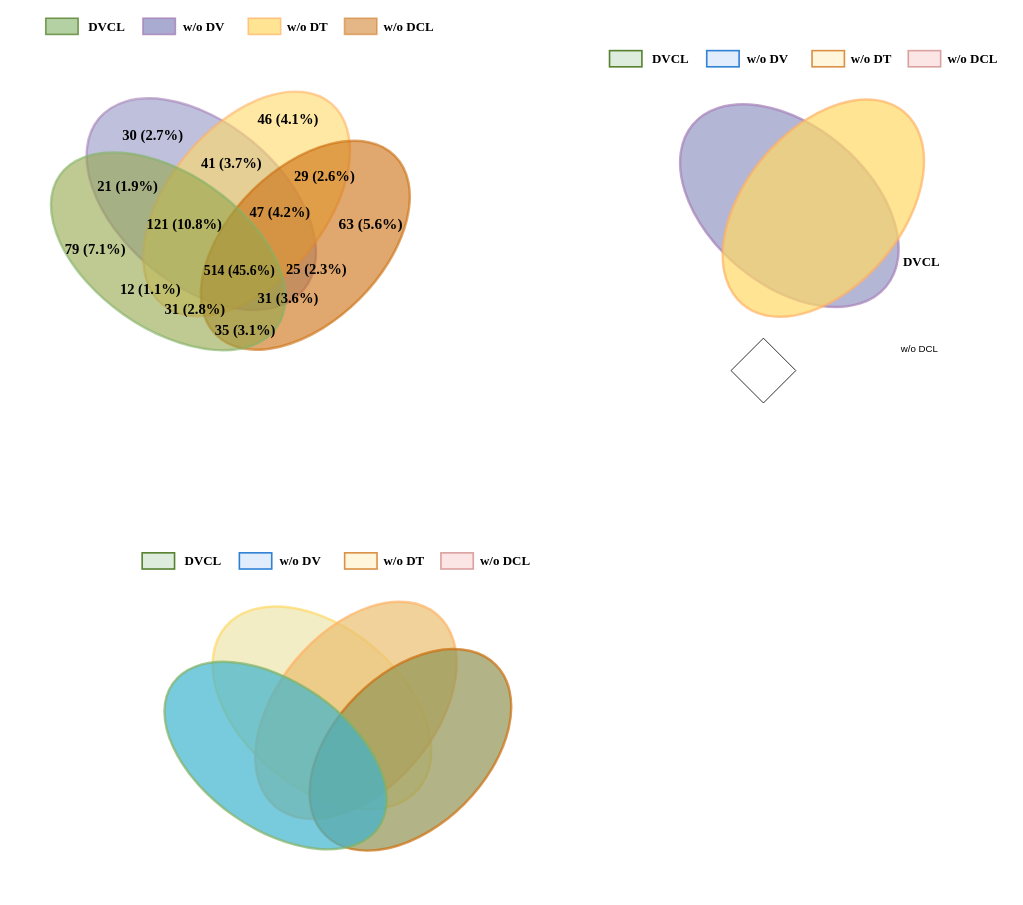
Above: 温特.drawio in yjq12/DeepKE (draw.io), before the change. Source tidied: cells renumbered, new cells numbered last; positions are measured from the earlier drawing's top-left corner, leaving out a move shared by most shapes. Both pictures are drawn from the tidied source at 81%, with x=0, y=0 at pixel (36, 14).
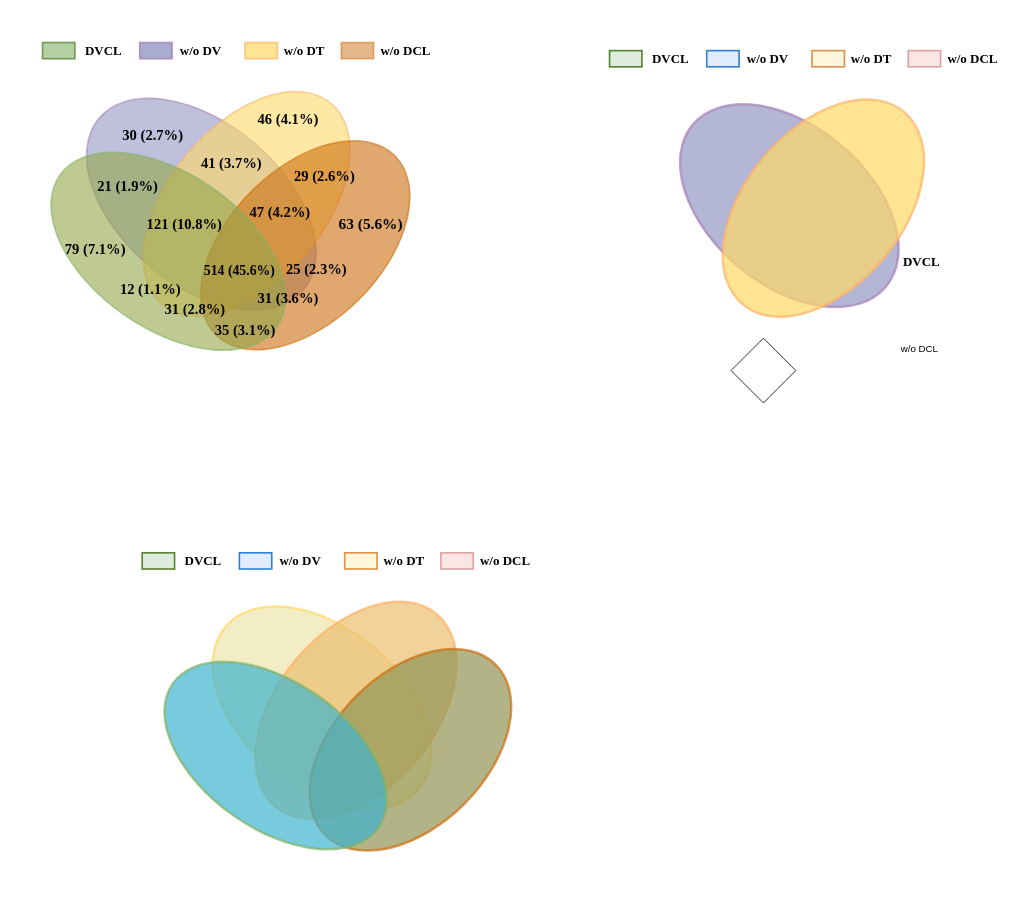
Above is the later version.

The edit, as a diff of the source:
```diff
@@
-    <mxCell id="2" style="ellipse;whiteSpace=wrap;html=1;rotation=40;fillColor=#9497C5;strokeColor=#A680B8;opacity=60;strokeWidth=3;" parent="1" vertex="1">
+    <mxCell id="2" style="ellipse;whiteSpace=wrap;html=1;rotation=40;fillColor=#9497C5;strokeColor=#A680B8;opacity=60;strokeWidth=2;" parent="1" vertex="1">
       <mxGeometry x="39.3" y="134.7" width="329.4" height="199.6" as="geometry" />
     </mxCell>
-    <mxCell id="3" style="ellipse;whiteSpace=wrap;html=1;rotation=-230;fillColor=#FFD966;strokeColor=#FFB366;opacity=60;strokeWidth=3;" parent="1" vertex="1">
+    <mxCell id="3" style="ellipse;whiteSpace=wrap;html=1;rotation=-230;fillColor=#FFD966;strokeColor=#FFB366;opacity=60;strokeWidth=2;" parent="1" vertex="1">
       <mxGeometry x="98" y="138.2" width="324" height="192.1" as="geometry" />
     </mxCell>
-    <mxCell id="4" style="ellipse;whiteSpace=wrap;html=1;rotation=-225;opacity=60;fillColor=#CC6E0E;strokeColor=#CC6E0E;strokeWidth=3;" parent="1" vertex="1">
+    <mxCell id="4" style="ellipse;whiteSpace=wrap;html=1;rotation=-225;opacity=60;fillColor=#CC6E0E;strokeColor=#CC6E0E;strokeWidth=2;" parent="1" vertex="1">
       <mxGeometry x="176.2" y="191.1" width="312.5" height="188.4" as="geometry" />
     </mxCell>
@@
-    <mxCell id="29" style="ellipse;whiteSpace=wrap;html=1;rotation=35;fillColor=#95A54A;strokeColor=#82b366;opacity=60;strokeWidth=3;" parent="1" vertex="1">
+    <mxCell id="29" style="ellipse;whiteSpace=wrap;html=1;rotation=35;fillColor=#95A54A;strokeColor=#82B366;opacity=60;strokeWidth=2;" parent="1" vertex="1">
       <mxGeometry x="-0.4" y="197.3" width="327.1" height="191" as="geometry" />
     </mxCell>
@@
-    <mxCell id="47" style="rounded=0;whiteSpace=wrap;html=1;fillColor=#82B366;strokeColor=#336600;opacity=60;strokeWidth=2;" parent="1" vertex="1">
-      <mxGeometry x="12" y="5" width="40" height="20" as="geometry" />
-    </mxCell>
+    <mxCell id="55" style="rounded=0;whiteSpace=wrap;html=1;fillColor=#82B366;strokeColor=#336600;opacity=60;strokeWidth=2;" parent="1" vertex="1">
+      <mxGeometry x="8" y="35" width="40" height="20" as="geometry" />
+    </mxCell>
     <mxCell id="48" value="&lt;font style=&quot;font-size: 16px;&quot; face=&quot;Times New Roman&quot;&gt;&lt;b&gt;DVCL&lt;/b&gt;&lt;/font&gt;" style="text;html=1;align=center;verticalAlign=middle;strokeColor=none;fillColor=none;" parent="1" vertex="1">
-      <mxGeometry x="52" width="70" height="30" as="geometry" />
+      <mxGeometry x="48" y="30" width="70" height="30" as="geometry" />
     </mxCell>
-    <mxCell id="49" style="rounded=0;whiteSpace=wrap;html=1;fillColor=#9497C5;strokeColor=#A680B8;opacity=80;strokeWidth=2;" parent="1" vertex="1">
-      <mxGeometry x="132" y="5" width="40" height="20" as="geometry" />
-    </mxCell>
+    <mxCell id="56" style="rounded=0;whiteSpace=wrap;html=1;fillColor=#9497C5;strokeColor=#A680B8;opacity=80;strokeWidth=2;" parent="1" vertex="1">
+      <mxGeometry x="128" y="35" width="40" height="20" as="geometry" />
+    </mxCell>
     <mxCell id="50" value="&lt;font face=&quot;Times New Roman&quot;&gt;&lt;span style=&quot;font-size: 16px;&quot;&gt;&lt;b&gt;w/o DV&lt;/b&gt;&lt;/span&gt;&lt;/font&gt;" style="text;html=1;align=center;verticalAlign=middle;strokeColor=none;fillColor=none;" parent="1" vertex="1">
-      <mxGeometry x="172" width="70" height="30" as="geometry" />
+      <mxGeometry x="168" y="30" width="70" height="30" as="geometry" />
     </mxCell>
-    <mxCell id="51" style="rounded=0;whiteSpace=wrap;html=1;fillColor=#FFD966;strokeColor=#FFB366;opacity=70;strokeWidth=2;" parent="1" vertex="1">
-      <mxGeometry x="262" y="5" width="40" height="20" as="geometry" />
-    </mxCell>
+    <mxCell id="57" style="rounded=0;whiteSpace=wrap;html=1;fillColor=#FFD966;strokeColor=#FFB366;opacity=70;strokeWidth=2;" parent="1" vertex="1">
+      <mxGeometry x="258" y="35" width="40" height="20" as="geometry" />
+    </mxCell>
     <mxCell id="52" value="&lt;font face=&quot;Times New Roman&quot;&gt;&lt;span style=&quot;font-size: 16px;&quot;&gt;&lt;b&gt;w/o DT&lt;/b&gt;&lt;/span&gt;&lt;/font&gt;" style="text;html=1;align=center;verticalAlign=middle;strokeColor=none;fillColor=none;" parent="1" vertex="1">
-      <mxGeometry x="300" width="70" height="30" as="geometry" />
+      <mxGeometry x="296" y="30" width="70" height="30" as="geometry" />
     </mxCell>
-    <mxCell id="53" style="rounded=0;whiteSpace=wrap;html=1;fillColor=#CC6E0E;strokeColor=#CC6E0E;opacity=50;strokeWidth=2;" parent="1" vertex="1">
-      <mxGeometry x="380.8" y="5" width="40" height="20" as="geometry" />
-    </mxCell>
+    <mxCell id="58" style="rounded=0;whiteSpace=wrap;html=1;fillColor=#CC6E0E;strokeColor=#CC6E0E;opacity=50;strokeWidth=2;" parent="1" vertex="1">
+      <mxGeometry x="376.8" y="35" width="40" height="20" as="geometry" />
+    </mxCell>
     <mxCell id="54" value="&lt;font face=&quot;Times New Roman&quot;&gt;&lt;span style=&quot;font-size: 16px;&quot;&gt;&lt;b&gt;w/o DCL&lt;/b&gt;&lt;/span&gt;&lt;/font&gt;" style="text;html=1;align=center;verticalAlign=middle;strokeColor=none;fillColor=none;" parent="1" vertex="1">
-      <mxGeometry x="414.5" width="90" height="30" as="geometry" />
+      <mxGeometry x="410.5" y="30" width="90" height="30" as="geometry" />
     </mxCell>
```
